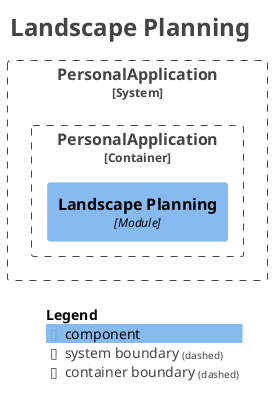
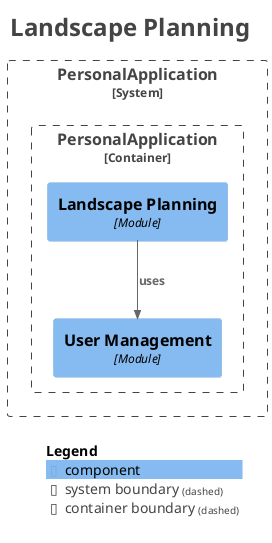
@startuml
title <size:24>Landscape Planning</size>

set separator none
top to bottom direction

<style>
  root {
    BackgroundColor: #ffffff
    FontColor: #444444
  }
</style>

!include <C4/C4>
!include <C4/C4_Context>
!include <C4/C4_Component>

System_Boundary("PersonalApplication_boundary", "PersonalApplication", $tags="") {
  Container_Boundary("PersonalApplication.PersonalApplication_boundary", "PersonalApplication", $tags="") {
    Component(PersonalApplication.PersonalApplication.LandscapePlanning, "Landscape Planning", $techn="Module", $descr="", $tags="", $link="")
+     Component(PersonalApplication.PersonalApplication.UserManagement, "User Management", $techn="Module", $descr="", $tags="", $link="")
  }

}

+ Rel(PersonalApplication.PersonalApplication.LandscapePlanning, PersonalApplication.PersonalApplication.UserManagement, "uses", $techn="", $tags="", $link="")
+ 
SHOW_LEGEND(true)
hide stereotypes
@enduml